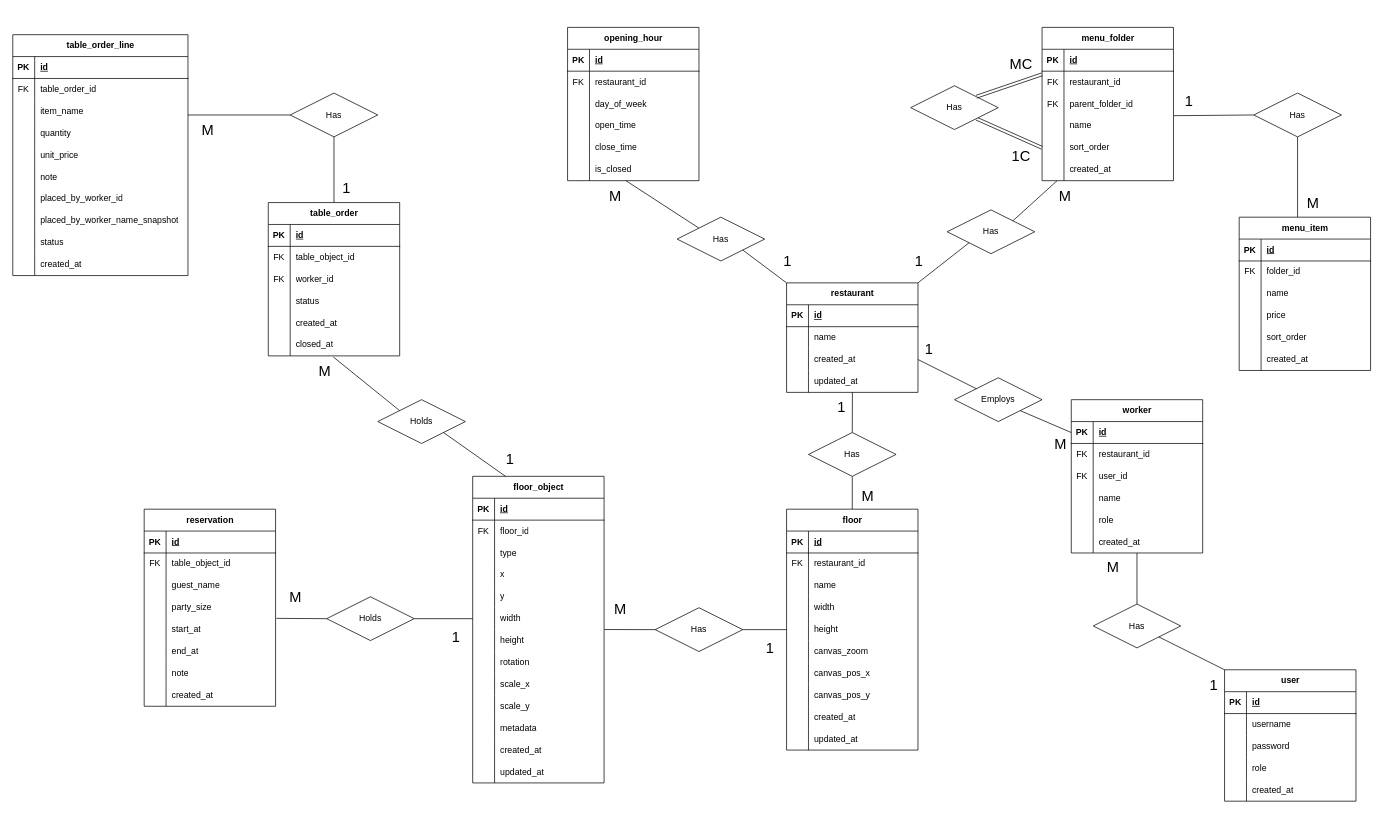
Before: database/BOB_ER_DIAGRAM.drawio in PROJECT-BOB-RESTAURANT/documents, a draw.io diagram. Source tidied: cells renumbered, new cells numbered last; positions are measured from the earlier drawing's top-left corner, leaving out a move shared by most shapes. Both pictures are drawn from the tidied source at 73%, with x=0, y=0 at pixel (12, 27).
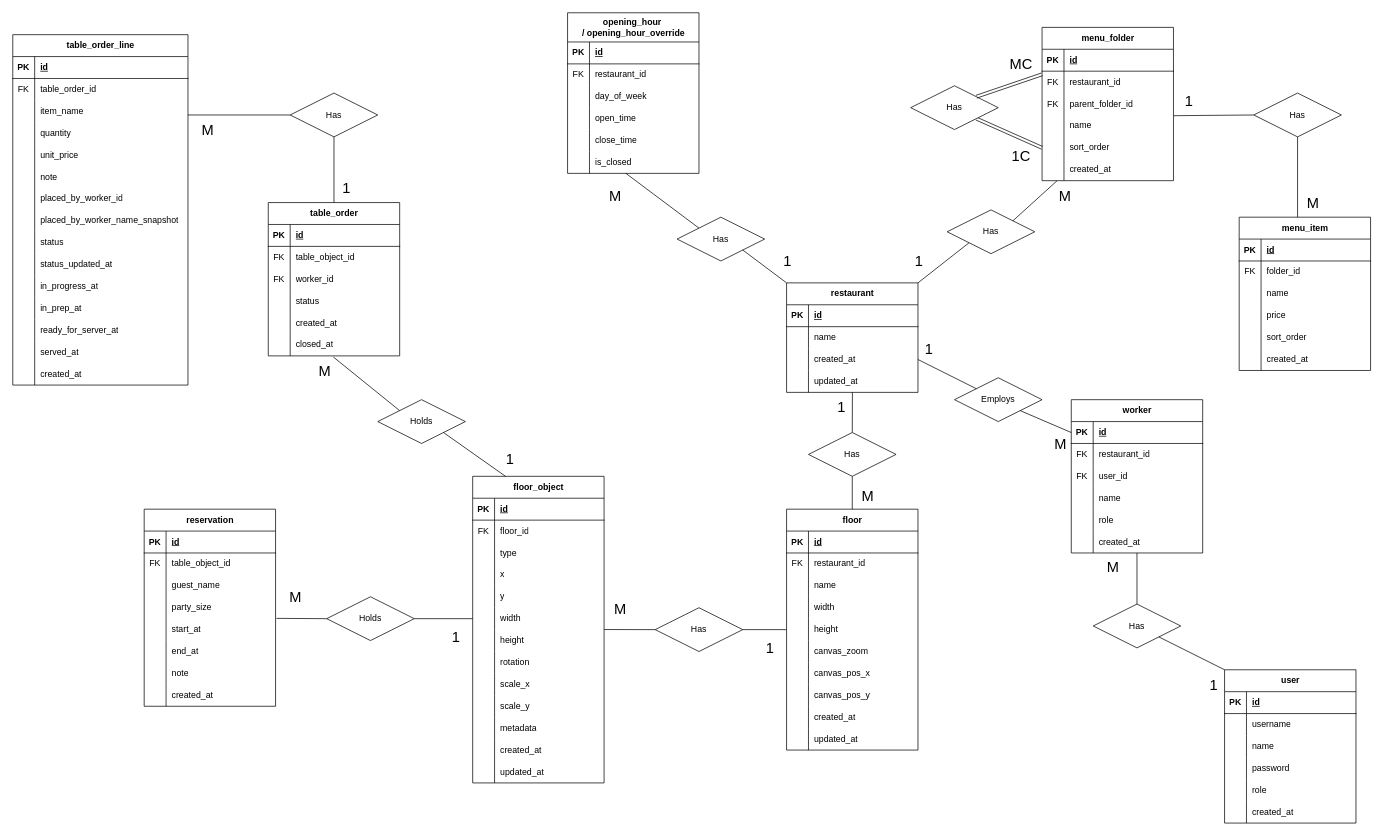
The same page after the edit.

Unchanged cells that the change refers to:
```xml
<mxCell id="215" style="shape=tableRow;horizontal=0;startSize=0;swimlaneHead=0;swimlaneBody=0;fillColor=none;top=0;left=0;right=0;bottom=0;" parent="187" vertex="1">
  <mxGeometry y="300" width="240" height="30" as="geometry" />
</mxCell>
```

The edit, as a diff of the source:
```diff
@@
-    <mxCell id="15" value="opening_hour" style="shape=table;startSize=30;childLayout=tableLayout;rowLines=0;fontStyle=1;align=center;html=1;" parent="1" vertex="1">
-      <mxGeometry x="760" width="180" height="210" as="geometry" />
+    <mxCell id="15" value="opening_hour&amp;nbsp;&lt;br&gt;/ opening_hour_override" style="shape=table;startSize=40;childLayout=tableLayout;rowLines=0;fontStyle=1;align=center;html=1;" parent="1" vertex="1">
+      <mxGeometry x="760" y="-20" width="180" height="220" as="geometry" />
     </mxCell>
     <mxCell id="16" style="shape=tableRow;horizontal=0;startSize=0;swimlaneHead=0;swimlaneBody=0;fillColor=none;top=0;left=0;right=0;bottom=1;" parent="15" vertex="1">
-      <mxGeometry y="30" width="180" height="30" as="geometry" />
+      <mxGeometry y="40" width="180" height="30" as="geometry" />
     </mxCell>
@@
     <mxCell id="19" style="shape=tableRow;horizontal=0;startSize=0;swimlaneHead=0;swimlaneBody=0;fillColor=none;top=0;left=0;right=0;bottom=0;" parent="15" vertex="1">
-      <mxGeometry y="60" width="180" height="30" as="geometry" />
+      <mxGeometry y="70" width="180" height="30" as="geometry" />
     </mxCell>
@@
     <mxCell id="22" style="shape=tableRow;horizontal=0;startSize=0;swimlaneHead=0;swimlaneBody=0;fillColor=none;top=0;left=0;right=0;bottom=0;" parent="15" vertex="1">
-      <mxGeometry y="90" width="180" height="30" as="geometry" />
+      <mxGeometry y="100" width="180" height="30" as="geometry" />
     </mxCell>
@@
     <mxCell id="25" style="shape=tableRow;horizontal=0;startSize=0;swimlaneHead=0;swimlaneBody=0;fillColor=none;top=0;left=0;right=0;bottom=0;" parent="15" vertex="1">
-      <mxGeometry y="120" width="180" height="30" as="geometry" />
+      <mxGeometry y="130" width="180" height="30" as="geometry" />
     </mxCell>
@@
     <mxCell id="28" style="shape=tableRow;horizontal=0;startSize=0;swimlaneHead=0;swimlaneBody=0;fillColor=none;top=0;left=0;right=0;bottom=0;" parent="15" vertex="1">
-      <mxGeometry y="150" width="180" height="30" as="geometry" />
+      <mxGeometry y="160" width="180" height="30" as="geometry" />
     </mxCell>
@@
     <mxCell id="31" style="shape=tableRow;horizontal=0;startSize=0;swimlaneHead=0;swimlaneBody=0;fillColor=none;points=[[0,0.5],[1,0.5]];portConstraint=eastwest;top=0;left=0;right=0;bottom=0;" parent="15" vertex="1">
-      <mxGeometry y="180" width="180" height="30" as="geometry" />
+      <mxGeometry y="190" width="180" height="30" as="geometry" />
     </mxCell>
@@
     <mxCell id="187" value="table_order_line" style="shape=table;startSize=30;childLayout=tableLayout;rowLines=0;fontStyle=1;align=center;html=1;" parent="1" vertex="1">
-      <mxGeometry y="10" width="240" height="330" as="geometry" />
+      <mxGeometry y="10" width="240" height="480" as="geometry" />
     </mxCell>
@@
-    <mxCell id="217" value="created_at" style="shape=partialRectangle;fillColor=none;top=0;left=0;bottom=0;right=0;align=left;spacingLeft=6;overflow=hidden;whiteSpace=wrap;html=1;" parent="215" vertex="1">
+    <mxCell id="217" value="status_updated_at" style="shape=partialRectangle;fillColor=none;top=0;left=0;bottom=0;right=0;align=left;spacingLeft=6;overflow=hidden;whiteSpace=wrap;html=1;" parent="215" vertex="1">
       <mxGeometry x="30" width="210" height="30" as="geometry" />
     </mxCell>
+    <mxCell id="309" style="shape=tableRow;horizontal=0;startSize=0;swimlaneHead=0;swimlaneBody=0;fillColor=none;top=0;left=0;right=0;bottom=0;" parent="187" vertex="1">
+      <mxGeometry y="330" width="240" height="30" as="geometry" />
+    </mxCell>
+    <mxCell id="310" style="shape=partialRectangle;fillColor=none;top=0;left=0;bottom=0;right=0;overflow=hidden;whiteSpace=wrap;html=1;" parent="309" vertex="1">
+      <mxGeometry width="30" height="30" as="geometry" />
+    </mxCell>
+    <mxCell id="311" value="in_progress_at" style="shape=partialRectangle;fillColor=none;top=0;left=0;bottom=0;right=0;align=left;spacingLeft=6;overflow=hidden;whiteSpace=wrap;html=1;" parent="309" vertex="1">
+      <mxGeometry x="30" width="210" height="30" as="geometry" />
+    </mxCell>
+    <mxCell id="312" style="shape=tableRow;horizontal=0;startSize=0;swimlaneHead=0;swimlaneBody=0;fillColor=none;top=0;left=0;right=0;bottom=0;" parent="187" vertex="1">
+      <mxGeometry y="360" width="240" height="30" as="geometry" />
+    </mxCell>
+    <mxCell id="313" style="shape=partialRectangle;fillColor=none;top=0;left=0;bottom=0;right=0;overflow=hidden;whiteSpace=wrap;html=1;" parent="312" vertex="1">
+      <mxGeometry width="30" height="30" as="geometry" />
+    </mxCell>
+    <mxCell id="314" value="in_prep_at" style="shape=partialRectangle;fillColor=none;top=0;left=0;bottom=0;right=0;align=left;spacingLeft=6;overflow=hidden;whiteSpace=wrap;html=1;" parent="312" vertex="1">
+      <mxGeometry x="30" width="210" height="30" as="geometry" />
+    </mxCell>
+    <mxCell id="315" style="shape=tableRow;horizontal=0;startSize=0;swimlaneHead=0;swimlaneBody=0;fillColor=none;top=0;left=0;right=0;bottom=0;" parent="187" vertex="1">
+      <mxGeometry y="390" width="240" height="30" as="geometry" />
+    </mxCell>
+    <mxCell id="316" style="shape=partialRectangle;fillColor=none;top=0;left=0;bottom=0;right=0;overflow=hidden;whiteSpace=wrap;html=1;" parent="315" vertex="1">
+      <mxGeometry width="30" height="30" as="geometry" />
+    </mxCell>
+    <mxCell id="317" value="ready_for_server_at" style="shape=partialRectangle;fillColor=none;top=0;left=0;bottom=0;right=0;align=left;spacingLeft=6;overflow=hidden;whiteSpace=wrap;html=1;" parent="315" vertex="1">
+      <mxGeometry x="30" width="210" height="30" as="geometry" />
+    </mxCell>
+    <mxCell id="318" style="shape=tableRow;horizontal=0;startSize=0;swimlaneHead=0;swimlaneBody=0;fillColor=none;top=0;left=0;right=0;bottom=0;" parent="187" vertex="1">
+      <mxGeometry y="420" width="240" height="30" as="geometry" />
+    </mxCell>
+    <mxCell id="319" style="shape=partialRectangle;fillColor=none;top=0;left=0;bottom=0;right=0;overflow=hidden;whiteSpace=wrap;html=1;" parent="318" vertex="1">
+      <mxGeometry width="30" height="30" as="geometry" />
+    </mxCell>
+    <mxCell id="320" value="served_at" style="shape=partialRectangle;fillColor=none;top=0;left=0;bottom=0;right=0;align=left;spacingLeft=6;overflow=hidden;whiteSpace=wrap;html=1;" parent="318" vertex="1">
+      <mxGeometry x="30" width="210" height="30" as="geometry" />
+    </mxCell>
+    <mxCell id="321" style="shape=tableRow;horizontal=0;startSize=0;swimlaneHead=0;swimlaneBody=0;fillColor=none;top=0;left=0;right=0;bottom=0;" parent="187" vertex="1">
+      <mxGeometry y="450" width="240" height="30" as="geometry" />
+    </mxCell>
+    <mxCell id="322" style="shape=partialRectangle;fillColor=none;top=0;left=0;bottom=0;right=0;overflow=hidden;whiteSpace=wrap;html=1;" parent="321" vertex="1">
+      <mxGeometry width="30" height="30" as="geometry" />
+    </mxCell>
+    <mxCell id="323" value="created_at" style="shape=partialRectangle;fillColor=none;top=0;left=0;bottom=0;right=0;align=left;spacingLeft=6;overflow=hidden;whiteSpace=wrap;html=1;" parent="321" vertex="1">
+      <mxGeometry x="30" width="210" height="30" as="geometry" />
+    </mxCell>
@@
     <mxCell id="269" value="user" style="shape=table;startSize=30;childLayout=tableLayout;rowLines=0;fontStyle=1;align=center;html=1;" parent="1" vertex="1">
-      <mxGeometry x="1660" y="880" width="180" height="180" as="geometry" />
+      <mxGeometry x="1660" y="880" width="180" height="210" as="geometry" />
     </mxCell>
@@
+    <mxCell id="324" style="shape=tableRow;horizontal=0;startSize=0;swimlaneHead=0;swimlaneBody=0;fillColor=none;top=0;left=0;right=0;bottom=0;" parent="269" vertex="1">
+      <mxGeometry y="90" width="180" height="30" as="geometry" />
+    </mxCell>
+    <mxCell id="325" style="shape=partialRectangle;fillColor=none;top=0;left=0;bottom=0;right=0;overflow=hidden;whiteSpace=wrap;html=1;" parent="324" vertex="1">
+      <mxGeometry width="30" height="30" as="geometry" />
+    </mxCell>
+    <mxCell id="326" value="name" style="shape=partialRectangle;fillColor=none;top=0;left=0;bottom=0;right=0;align=left;spacingLeft=6;overflow=hidden;whiteSpace=wrap;html=1;" parent="324" vertex="1">
+      <mxGeometry x="30" width="150" height="30" as="geometry" />
+    </mxCell>
     <mxCell id="276" style="shape=tableRow;horizontal=0;startSize=0;swimlaneHead=0;swimlaneBody=0;fillColor=none;top=0;left=0;right=0;bottom=0;" parent="269" vertex="1">
-      <mxGeometry y="90" width="180" height="30" as="geometry" />
+      <mxGeometry y="120" width="180" height="30" as="geometry" />
     </mxCell>
@@
     <mxCell id="279" style="shape=tableRow;horizontal=0;startSize=0;swimlaneHead=0;swimlaneBody=0;fillColor=none;top=0;left=0;right=0;bottom=0;" parent="269" vertex="1">
-      <mxGeometry y="120" width="180" height="30" as="geometry" />
+      <mxGeometry y="150" width="180" height="30" as="geometry" />
     </mxCell>
@@
     <mxCell id="282" style="shape=tableRow;horizontal=0;startSize=0;swimlaneHead=0;swimlaneBody=0;fillColor=none;top=0;left=0;right=0;bottom=0;" parent="269" vertex="1">
-      <mxGeometry y="150" width="180" height="30" as="geometry" />
+      <mxGeometry y="180" width="180" height="30" as="geometry" />
     </mxCell>
```
